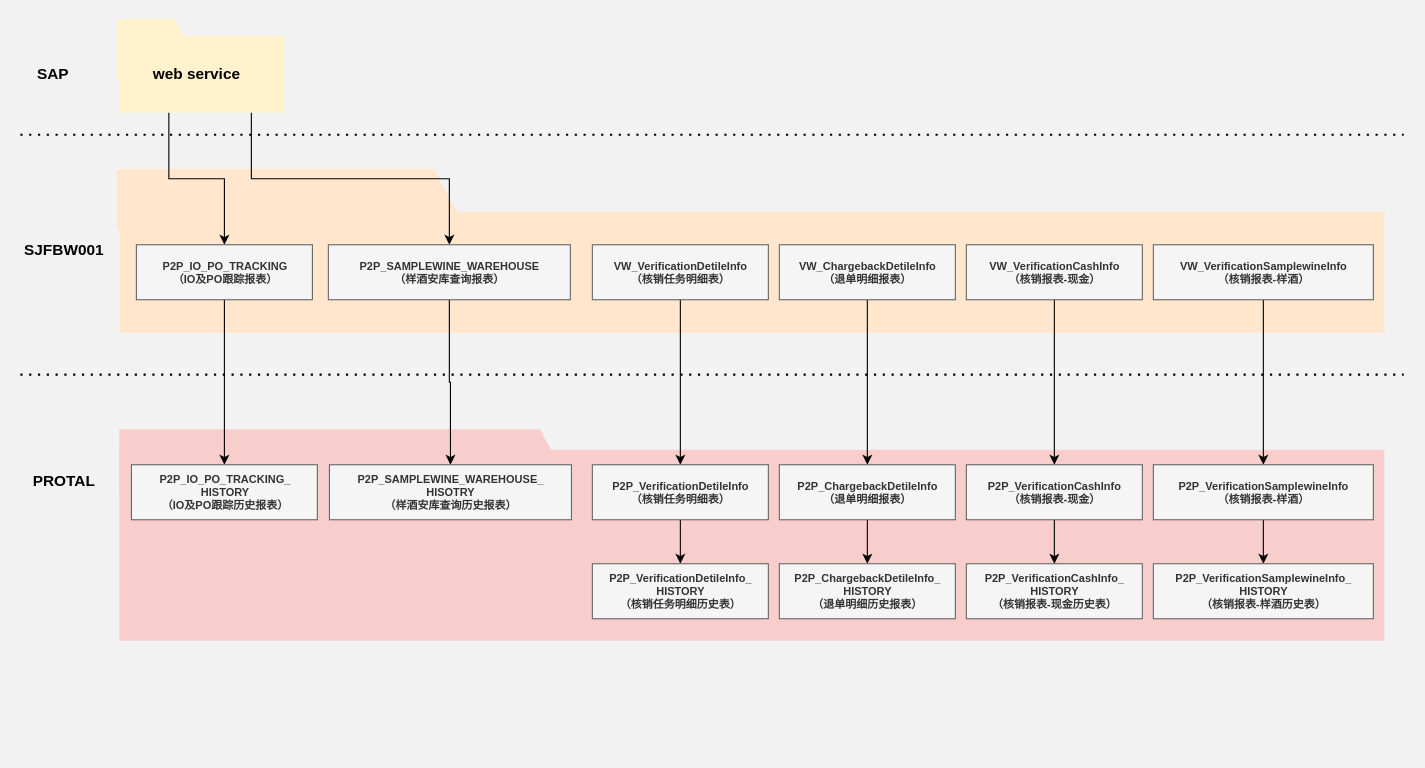
Earlier version of the draw.io diagram Untitled Diagram.drawio (ztacode/drawio). Source tidied: cells renumbered, new cells numbered last; positions are measured from the earlier drawing's top-left corner, leaving out a move shared by most shapes. Both pictures are drawn from the tidied source at 110%, with x=0, y=0 at pixel (20, 4).
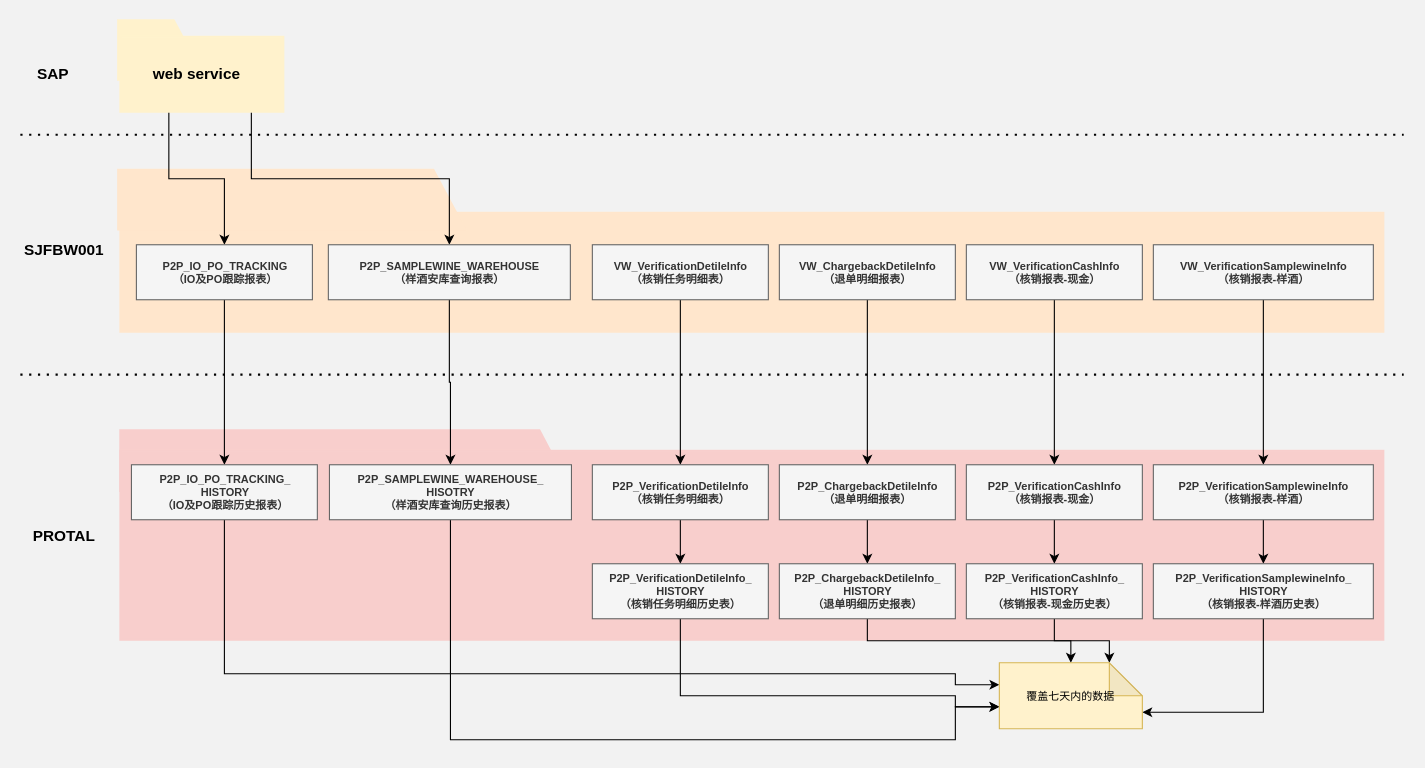
The same page after the edit.

Unchanged cells that the change refers to:
```xml
<mxCell id="36" value="P2P_IO_PO_TRACKING_&lt;br&gt;HISTORY&lt;br&gt;（IO及PO跟踪历史报表）" style="text;html=1;fontSize=10;fontStyle=1;verticalAlign=middle;align=center;rounded=0;shadow=0;sketch=0;arcSize=12;strokeWidth=1;fillColor=#f5f5f5;strokeColor=#666666;fontColor=#333333;gradientColor=none;" parent="1" vertex="1">
  <mxGeometry x="101" y="418" width="169" height="50" as="geometry" />
</mxCell>
<mxCell id="37" value="P2P_SAMPLEWINE_WAREHOUSE_&lt;br&gt;HISOTRY&lt;br&gt;（样酒安库查询历史报表）" style="text;html=1;fontSize=10;fontStyle=1;verticalAlign=middle;align=center;rounded=0;shadow=0;sketch=0;arcSize=12;strokeWidth=1;fillColor=#f5f5f5;strokeColor=#666666;fontColor=#333333;" parent="1" vertex="1">
  <mxGeometry x="281" y="418" width="220" height="50" as="geometry" />
</mxCell>
<mxCell id="38" value="P2P_VerificationDetileInfo_&lt;br&gt;HISTORY&lt;br&gt;（核销任务明细历史表）" style="text;html=1;fontSize=10;fontStyle=1;verticalAlign=middle;align=center;rounded=0;shadow=0;sketch=0;arcSize=12;strokeWidth=1;fillColor=#f5f5f5;strokeColor=#666666;fontColor=#333333;" parent="1" vertex="1">
  <mxGeometry x="520" y="508" width="160" height="50" as="geometry" />
</mxCell>
<mxCell id="39" value="P2P_ChargebackDetileInfo_&lt;br&gt;HISTORY&lt;br&gt;（退单明细历史报表）" style="text;html=1;fontSize=10;fontStyle=1;verticalAlign=middle;align=center;rounded=0;shadow=0;sketch=0;arcSize=12;strokeWidth=1;fillColor=#f5f5f5;fontColor=#333333;strokeColor=#666666;" parent="1" vertex="1">
  <mxGeometry x="690" y="508" width="160" height="50" as="geometry" />
</mxCell>
<mxCell id="40" value="P2P_VerificationCashInfo_&lt;br&gt;HISTORY&lt;br&gt;（核销报表-现金历史表）" style="text;strokeColor=#666666;fillColor=#f5f5f5;html=1;fontSize=10;fontStyle=1;verticalAlign=middle;align=center;rounded=0;shadow=0;sketch=0;arcSize=12;strokeWidth=1;fontColor=#333333;" parent="1" vertex="1">
  <mxGeometry x="860" y="508" width="160" height="50" as="geometry" />
</mxCell>
<mxCell id="41" value="P2P_VerificationSamplewineInfo_&lt;br&gt;HISTORY&lt;br&gt;（核销报表-样酒历史表）" style="text;strokeColor=#666666;fillColor=#f5f5f5;html=1;fontSize=10;fontStyle=1;verticalAlign=middle;align=center;rounded=0;shadow=0;sketch=0;arcSize=12;strokeWidth=1;fontColor=#333333;" parent="1" vertex="1">
  <mxGeometry x="1030" y="508" width="200" height="50" as="geometry" />
</mxCell>
```

Change to the diagram source:
```diff
@@
-    <mxCell id="12" value="SJFBW001" style="text;html=1;strokeColor=none;fillColor=none;align=center;verticalAlign=middle;whiteSpace=wrap;rounded=0;shadow=0;sketch=0;fontSize=14;fontStyle=1;" parent="1" vertex="1">
+    <mxCell id="12" value="SJFBW001" style="text;html=1;strokeColor=none;fillColor=none;align=center;verticalAlign=middle;whiteSpace=wrap;rounded=0;shadow=0;sketch=0;fontSize=14;fontStyle=1;horizontal=1;" parent="1" vertex="1">
       <mxGeometry x="10" y="208" width="60" height="30" as="geometry" />
     </mxCell>
     <mxCell id="13" value="PROTAL" style="text;html=1;strokeColor=none;fillColor=none;align=center;verticalAlign=middle;whiteSpace=wrap;rounded=0;shadow=0;sketch=0;fontSize=14;fontStyle=1;" parent="1" vertex="1">
-      <mxGeometry x="10" y="418" width="60" height="30" as="geometry" />
+      <mxGeometry x="10" y="468" width="60" height="30" as="geometry" />
     </mxCell>
@@
+    <mxCell id="42" style="edgeStyle=orthogonalEdgeStyle;rounded=0;jettySize=auto;html=1;entryX=0;entryY=0.333;entryDx=0;entryDy=0;entryPerimeter=0;fontSize=10;" parent="1" edge="1" source="36" target="48">
+      <mxGeometry relative="1" as="geometry">
+        <Array as="points">
+          <mxPoint x="186" y="608" />
+          <mxPoint x="850" y="608" />
+          <mxPoint x="850" y="618" />
+        </Array>
+      </mxGeometry>
+    </mxCell>
@@
+    <mxCell id="43" style="edgeStyle=orthogonalEdgeStyle;rounded=0;jettySize=auto;html=1;exitX=0.5;exitY=1;exitDx=0;exitDy=0;entryX=0;entryY=0.668;entryDx=0;entryDy=0;entryPerimeter=0;fontSize=10;" parent="1" edge="1" source="37" target="48">
+      <mxGeometry relative="1" as="geometry">
+        <Array as="points">
+          <mxPoint x="391" y="668" />
+          <mxPoint x="850" y="668" />
+          <mxPoint x="850" y="638" />
+        </Array>
+      </mxGeometry>
+    </mxCell>
@@
+    <mxCell id="44" style="edgeStyle=orthogonalEdgeStyle;rounded=0;jettySize=auto;html=1;exitX=0.5;exitY=1;exitDx=0;exitDy=0;entryX=0;entryY=0.667;entryDx=0;entryDy=0;entryPerimeter=0;fontSize=10;" parent="1" edge="1" source="38" target="48">
+      <mxGeometry relative="1" as="geometry">
+        <Array as="points">
+          <mxPoint x="600" y="628" />
+          <mxPoint x="850" y="628" />
+          <mxPoint x="850" y="638" />
+        </Array>
+      </mxGeometry>
+    </mxCell>
@@
+    <mxCell id="45" style="edgeStyle=orthogonalEdgeStyle;rounded=0;jettySize=auto;html=1;exitX=0.5;exitY=1;exitDx=0;exitDy=0;fontSize=10;" parent="1" edge="1" source="39" target="48">
+      <mxGeometry relative="1" as="geometry" />
+    </mxCell>
@@
+    <mxCell id="46" style="edgeStyle=orthogonalEdgeStyle;rounded=0;jettySize=auto;html=1;exitX=0.5;exitY=1;exitDx=0;exitDy=0;entryX=0;entryY=0;entryDx=100;entryDy=0;entryPerimeter=0;fontSize=10;" parent="1" edge="1" source="40" target="48">
+      <mxGeometry relative="1" as="geometry" />
+    </mxCell>
@@
+    <mxCell id="47" style="edgeStyle=orthogonalEdgeStyle;rounded=0;jettySize=auto;html=1;exitX=0.5;exitY=1;exitDx=0;exitDy=0;entryX=0;entryY=0;entryDx=130;entryDy=45;entryPerimeter=0;fontSize=10;" parent="1" edge="1" source="41" target="48">
+      <mxGeometry relative="1" as="geometry" />
+    </mxCell>
@@
+    <mxCell id="48" value="覆盖七天内的数据" style="shape=note;whiteSpace=wrap;html=1;backgroundOutline=1;darkOpacity=0.05;rounded=0;shadow=0;sketch=0;fontSize=10;strokeColor=#d6b656;strokeWidth=1;fillColor=#fff2cc;" parent="1" vertex="1">
+      <mxGeometry x="890" y="598" width="130" height="60" as="geometry" />
+    </mxCell>
```
